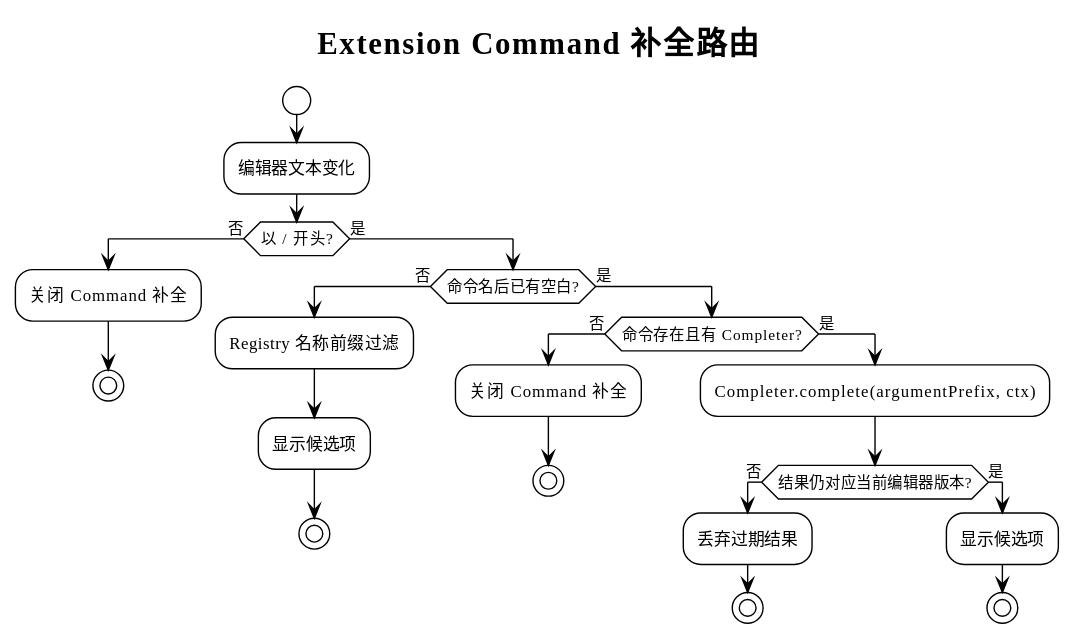
superheromeZzh/pi-mono-java-design keeps this PlantUML diagram as diagrams/extension-command/12-completion-routing.svg. Above is the earlier version.
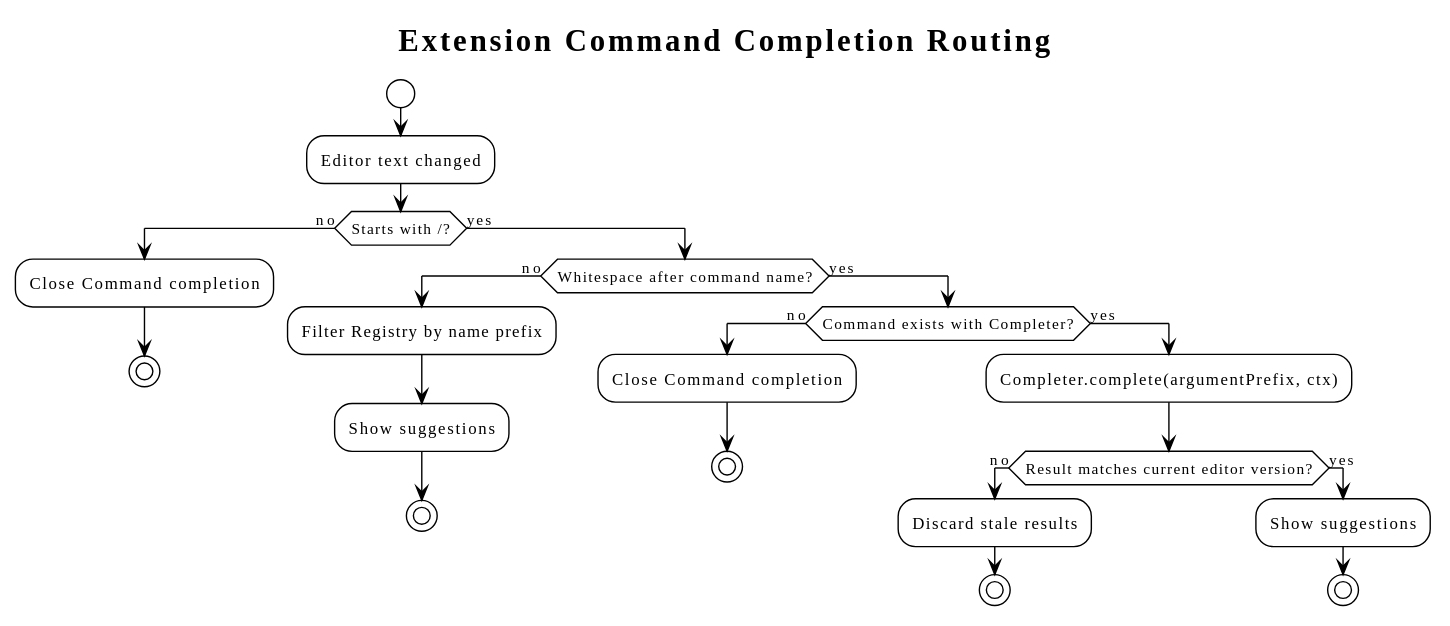
The same file after the commit.

Change to the diagram source:
```diff
@@ -1,32 +1,32 @@
 @startuml
 !theme plain
 !pragma layout smetana
-skinparam defaultFontName "PingFang SC"
+skinparam defaultFontName "SansSerif"
 skinparam shadowing false
 skinparam backgroundColor transparent
-title Extension Command 补全路由
+title Extension Command Completion Routing
 
 start
-:编辑器文本变化;
-if (以 / 开头?) then (否)
-  :关闭 Command 补全;
+:Editor text changed;
+if (Starts with /?) then (no)
+  :Close Command completion;
   stop
-else (是)
-  if (命令名后已有空白?) then (否)
-    :Registry 名称前缀过滤;
-    :显示候选项;
+else (yes)
+  if (Whitespace after command name?) then (no)
+    :Filter Registry by name prefix;
+    :Show suggestions;
     stop
-  else (是)
-    if (命令存在且有 Completer?) then (否)
-      :关闭 Command 补全;
+  else (yes)
+    if (Command exists with Completer?) then (no)
+      :Close Command completion;
       stop
-    else (是)
+    else (yes)
       :Completer.complete(argumentPrefix, ctx);
-      if (结果仍对应当前编辑器版本?) then (否)
-        :丢弃过期结果;
+      if (Result matches current editor version?) then (no)
+        :Discard stale results;
         stop
-      else (是)
-        :显示候选项;
+      else (yes)
+        :Show suggestions;
         stop
       endif
     endif
```
